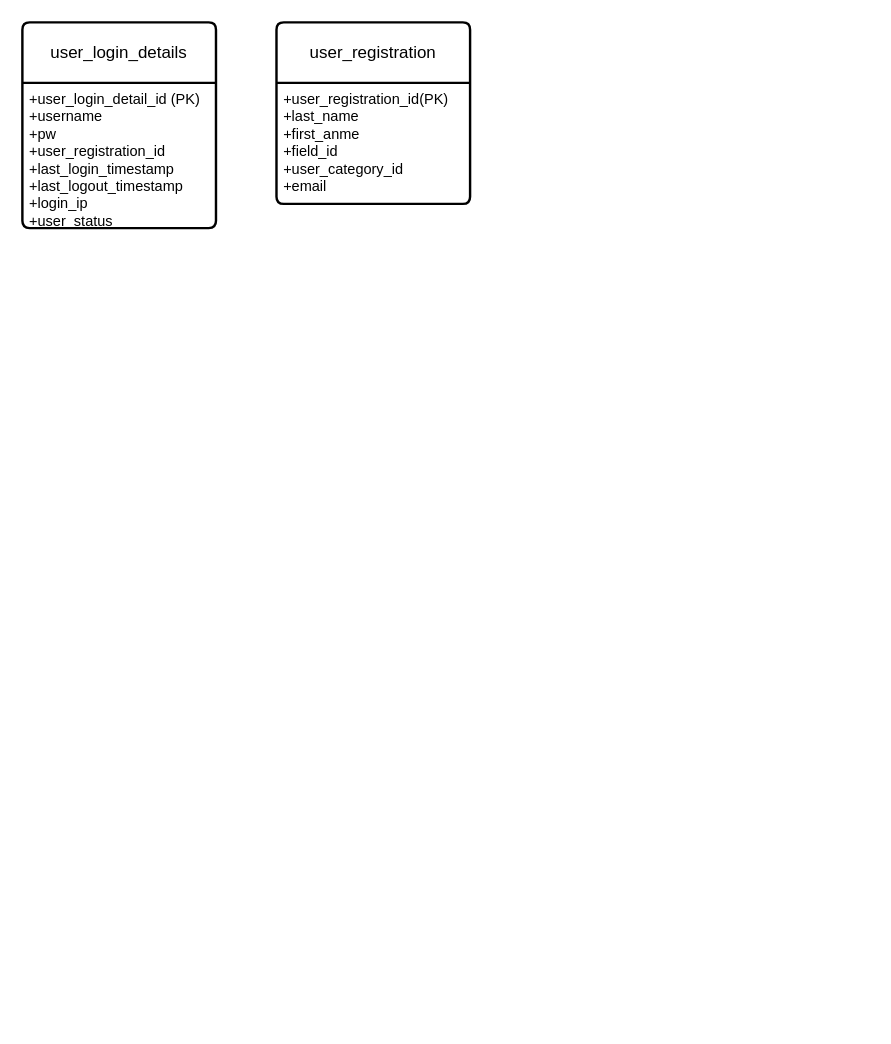
The-Illusion-services/illusion-BE keeps this draw.io diagram as illusion db schema models.drawio. Above is the earlier version. Source tidied: cells renumbered, new cells numbered last; positions are measured from the earlier drawing's top-left corner, leaving out a move shared by most shapes. Both pictures are drawn from the tidied source at 121%, with x=0, y=0 at pixel (22, 22).
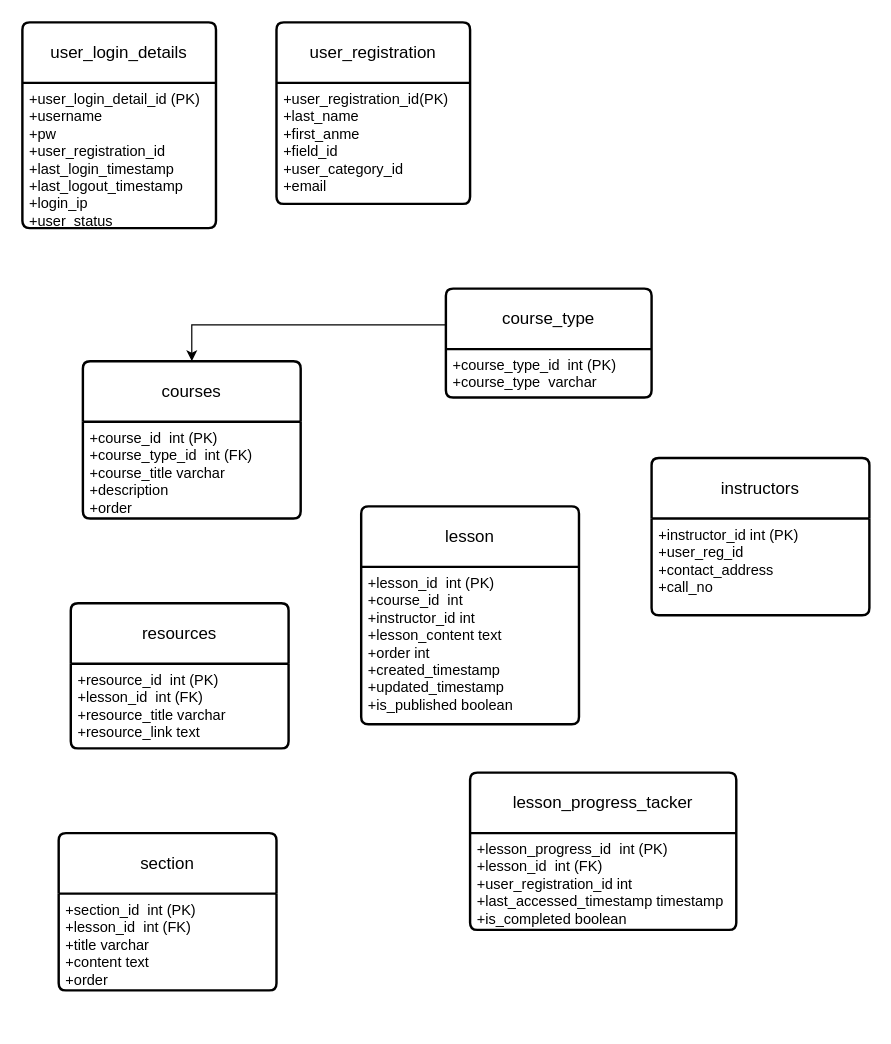
Above is the later version.

What changed in the source:
```diff
@@
+    <mxCell id="6" value="lesson " style="swimlane;horizontal=1;startSize=50;rounded=1;fontSize=14;fontStyle=0;strokeWidth=2;shadow=0;dashed=0;align=center;arcSize=4;whiteSpace=wrap;html=1;" parent="1" vertex="1">
+      <mxGeometry x="280" y="400" width="180" height="180" as="geometry" />
+    </mxCell>
+    <mxCell id="7" value="+lesson_id&amp;nbsp; int (PK)&lt;br&gt;+course_id&amp;nbsp; int&lt;br&gt;&lt;div&gt;+instructor_id int&lt;/div&gt;&lt;div&gt;+lesson_content text&lt;/div&gt;&lt;div&gt;+order int&lt;br&gt;&lt;/div&gt;&lt;div&gt;+created_timestamp&lt;/div&gt;&lt;div&gt;+updated_timestamp&lt;/div&gt;&lt;div&gt;+is_published boolean &lt;br&gt;&lt;/div&gt;&lt;div&gt;&lt;br&gt;&lt;/div&gt;" style="align=left;strokeColor=none;fillColor=none;spacingLeft=4;fontSize=12;verticalAlign=top;html=1;" parent="6" vertex="1">
+      <mxGeometry y="50" width="180" height="130" as="geometry" />
+    </mxCell>
+    <mxCell id="8" value="section" style="swimlane;horizontal=1;startSize=50;rounded=1;fontSize=14;fontStyle=0;strokeWidth=2;shadow=0;dashed=0;align=center;arcSize=4;whiteSpace=wrap;html=1;" parent="1" vertex="1">
+      <mxGeometry x="30" y="670" width="180" height="130" as="geometry" />
+    </mxCell>
+    <mxCell id="9" value="+section_id&amp;nbsp; int (PK)&lt;br&gt;+lesson_id&amp;nbsp; int (FK)&lt;br&gt;&lt;div&gt;+title varchar&lt;br&gt;&lt;/div&gt;&lt;div&gt;+content text&lt;/div&gt;&lt;div&gt;+order&lt;/div&gt;&lt;div&gt;&amp;nbsp;&lt;br&gt;&lt;/div&gt;&lt;div&gt;&lt;br&gt;&lt;/div&gt;" style="align=left;strokeColor=none;fillColor=none;spacingLeft=4;fontSize=12;verticalAlign=top;html=1;" parent="8" vertex="1">
+      <mxGeometry y="50" width="180" height="80" as="geometry" />
+    </mxCell>
+    <mxCell id="10" value="instructors" style="swimlane;horizontal=1;startSize=50;rounded=1;fontSize=14;fontStyle=0;strokeWidth=2;shadow=0;dashed=0;align=center;arcSize=4;whiteSpace=wrap;html=1;" parent="1" vertex="1">
+      <mxGeometry x="520" y="360" width="180" height="130" as="geometry" />
+    </mxCell>
+    <mxCell id="11" value="+instructor_id int (PK)&lt;br&gt;+user_reg_id&lt;br&gt;&lt;div&gt;+contact_address&lt;br&gt;&lt;/div&gt;&lt;div&gt;+call_no&lt;br&gt;&lt;/div&gt;&lt;div&gt;&amp;nbsp;&lt;br&gt;&lt;/div&gt;&lt;div&gt;&lt;br&gt;&lt;/div&gt;" style="align=left;strokeColor=none;fillColor=none;spacingLeft=4;fontSize=12;verticalAlign=top;html=1;" parent="10" vertex="1">
+      <mxGeometry y="50" width="180" height="80" as="geometry" />
+    </mxCell>
+    <mxCell id="12" value="course_type" style="swimlane;horizontal=1;startSize=50;rounded=1;fontSize=14;fontStyle=0;strokeWidth=2;shadow=0;dashed=0;align=center;arcSize=4;whiteSpace=wrap;html=1;" parent="1" vertex="1">
+      <mxGeometry x="350" y="220" width="170" height="90" as="geometry" />
+    </mxCell>
+    <mxCell id="13" value="+course_type_id&amp;nbsp; int (PK)&lt;br&gt;+course_type&amp;nbsp; varchar &lt;br&gt;&lt;br&gt;&lt;div&gt;&amp;nbsp;&lt;br&gt;&lt;/div&gt;&lt;div&gt;&lt;br&gt;&lt;/div&gt;" style="align=left;strokeColor=none;fillColor=none;spacingLeft=4;fontSize=12;verticalAlign=top;html=1;" parent="12" vertex="1">
+      <mxGeometry y="50" width="170" height="40" as="geometry" />
+    </mxCell>
+    <mxCell id="14" value="courses" style="swimlane;horizontal=1;startSize=50;rounded=1;fontSize=14;fontStyle=0;strokeWidth=2;shadow=0;dashed=0;align=center;arcSize=4;whiteSpace=wrap;html=1;" parent="1" vertex="1">
+      <mxGeometry x="50" y="280" width="180" height="130" as="geometry" />
+    </mxCell>
+    <mxCell id="15" value="+course_id&amp;nbsp; int (PK)&lt;br&gt;+course_type_id&amp;nbsp; int (FK)&lt;br&gt;&lt;div&gt;+course_title varchar&lt;br&gt;&lt;/div&gt;&lt;div&gt;+description&lt;br&gt;&lt;/div&gt;&lt;div&gt;+order&lt;/div&gt;&lt;div&gt;&amp;nbsp;&lt;br&gt;&lt;/div&gt;&lt;div&gt;&lt;br&gt;&lt;/div&gt;" style="align=left;strokeColor=none;fillColor=none;spacingLeft=4;fontSize=12;verticalAlign=top;html=1;" parent="14" vertex="1">
+      <mxGeometry y="50" width="180" height="80" as="geometry" />
+    </mxCell>
+    <mxCell id="16" value="resources" style="swimlane;horizontal=1;startSize=50;rounded=1;fontSize=14;fontStyle=0;strokeWidth=2;shadow=0;dashed=0;align=center;arcSize=4;whiteSpace=wrap;html=1;" parent="1" vertex="1">
+      <mxGeometry x="40" y="480" width="180" height="120" as="geometry" />
+    </mxCell>
+    <mxCell id="17" value="+resource_id&amp;nbsp; int (PK)&lt;br&gt;+lesson_id&amp;nbsp; int (FK)&lt;br&gt;&lt;div&gt;+resource_title varchar&lt;br&gt;&lt;/div&gt;&lt;div&gt;+resource_link text&lt;/div&gt;&lt;div&gt;&amp;nbsp;&lt;br&gt;&lt;/div&gt;&lt;div&gt;&lt;br&gt;&lt;/div&gt;" style="align=left;strokeColor=none;fillColor=none;spacingLeft=4;fontSize=12;verticalAlign=top;html=1;" parent="16" vertex="1">
+      <mxGeometry y="50" width="180" height="70" as="geometry" />
+    </mxCell>
+    <mxCell id="18" value="lesson_progress_tacker" style="swimlane;horizontal=1;startSize=50;rounded=1;fontSize=14;fontStyle=0;strokeWidth=2;shadow=0;dashed=0;align=center;arcSize=4;whiteSpace=wrap;html=1;" parent="1" vertex="1">
+      <mxGeometry x="370" y="620" width="220" height="130" as="geometry" />
+    </mxCell>
+    <mxCell id="19" value="+lesson_progress_id&amp;nbsp; int (PK)&lt;br&gt;+lesson_id&amp;nbsp; int (FK)&lt;br&gt;&lt;div&gt;+user_registration_id int&lt;br&gt;&lt;/div&gt;&lt;div&gt;+last_accessed_timestamp timestamp&lt;br&gt;&lt;/div&gt;&lt;div&gt;+is_completed boolean&lt;br&gt;&lt;/div&gt;&lt;div&gt;&amp;nbsp;&lt;br&gt;&lt;/div&gt;&lt;div&gt;&lt;br&gt;&lt;/div&gt;" style="align=left;strokeColor=none;fillColor=none;spacingLeft=4;fontSize=12;verticalAlign=top;html=1;" parent="18" vertex="1">
+      <mxGeometry y="50" width="220" height="80" as="geometry" />
+    </mxCell>
+    <mxCell id="20" style="edgeStyle=orthogonalEdgeStyle;rounded=0;jettySize=auto;html=1;exitX=0;exitY=0;exitDx=0;exitDy=0;entryX=0.5;entryY=0;entryDx=0;entryDy=0;" parent="1" edge="1" source="13" target="14">
+      <mxGeometry relative="1" as="geometry" />
+    </mxCell>
```
